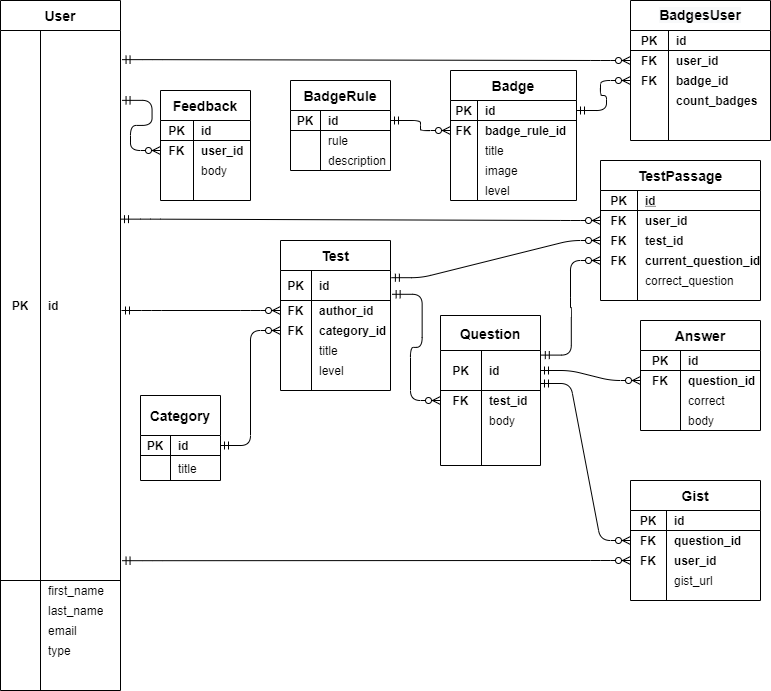
The draw.io diagram tmp/ER_model_diagram.png in svslight/test-guru, before a commit. Source tidied: cells renumbered, new cells last; positions are measured from the earlier drawing's top-left corner, leaving out a move shared by most shapes.
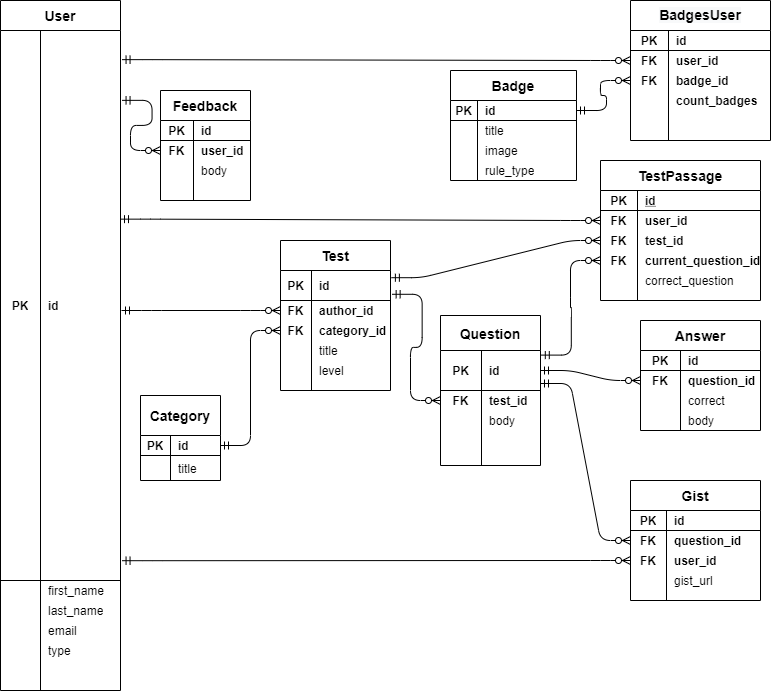
Above is the later version.

The edit, as a diff of the source:
```diff
@@ -64,9 +64,6 @@
     <mxCell id="21" value="body" style="shape=partialRectangle;html=1;whiteSpace=wrap;fillColor=none;top=0;left=0;bottom=0;right=0;align=left;spacingLeft=6;overflow=hidden;" parent="19" vertex="1">
       <mxGeometry x="33" width="57" height="20" as="geometry" />
     </mxCell>
-    <mxCell id="22" style="edgeStyle=entityRelationEdgeStyle;fontSize=12;html=1;endArrow=ERzeroToMany;startArrow=ERmandOne;exitX=1;exitY=0.5;exitDx=0;exitDy=0;entryX=0;entryY=0.5;entryDx=0;entryDy=0;" parent="1" edge="1" source="118" target="144">
-      <mxGeometry relative="1" as="geometry" />
-    </mxCell>
     <mxCell id="23" value="TestPassage" style="shape=table;startSize=30;rowLines=0;fontStyle=1;align=center;fontSize=14;" parent="1" vertex="1">
       <mxGeometry x="600" y="160" width="160" height="140" as="geometry" />
     </mxCell>
@@ -351,36 +348,6 @@
     <mxCell id="116" value="body" style="shape=partialRectangle;html=1;whiteSpace=wrap;fillColor=none;top=0;left=0;bottom=0;right=0;align=left;spacingLeft=6;overflow=hidden;" parent="114" vertex="1">
       <mxGeometry x="41" width="59" height="20" as="geometry" />
     </mxCell>
-    <mxCell id="117" value="&lt;font style=&quot;font-size: 14px&quot;&gt;BadgeRule&lt;/font&gt;" style="shape=table;html=1;whiteSpace=wrap;startSize=30;rowLines=0;fontStyle=1;align=center;" parent="1" vertex="1">
-      <mxGeometry x="290" y="80" width="100" height="90" as="geometry" />
-    </mxCell>
-    <mxCell id="118" style="shape=partialRectangle;html=1;whiteSpace=wrap;fillColor=none;top=0;left=0;bottom=1;right=0;points=[[0,0.5],[1,0.5]];portConstraint=eastwest;" parent="117" vertex="1">
-      <mxGeometry y="30" width="100" height="20" as="geometry" />
-    </mxCell>
-    <mxCell id="119" value="PK" style="shape=partialRectangle;html=1;whiteSpace=wrap;fillColor=none;top=0;left=0;bottom=0;right=0;overflow=hidden;fontStyle=1;" parent="118" vertex="1">
-      <mxGeometry width="30" height="20" as="geometry" />
-    </mxCell>
-    <mxCell id="120" value="id" style="shape=partialRectangle;html=1;whiteSpace=wrap;fillColor=none;top=0;left=0;bottom=0;right=0;align=left;spacingLeft=6;overflow=hidden;fontStyle=1;" parent="118" vertex="1">
-      <mxGeometry x="30" width="70" height="20" as="geometry" />
-    </mxCell>
-    <mxCell id="121" style="shape=partialRectangle;html=1;whiteSpace=wrap;fillColor=none;top=0;left=0;bottom=0;right=0;" parent="117" vertex="1">
-      <mxGeometry y="50" width="100" height="20" as="geometry" />
-    </mxCell>
-    <mxCell id="122" style="shape=partialRectangle;html=1;whiteSpace=wrap;fillColor=none;top=0;left=0;bottom=0;right=0;overflow=hidden;" parent="121" vertex="1">
-      <mxGeometry width="30" height="20" as="geometry" />
-    </mxCell>
-    <mxCell id="123" value="rule" style="shape=partialRectangle;html=1;whiteSpace=wrap;fillColor=none;top=0;left=0;bottom=0;right=0;align=left;spacingLeft=6;overflow=hidden;" parent="121" vertex="1">
-      <mxGeometry x="30" width="70" height="20" as="geometry" />
-    </mxCell>
-    <mxCell id="124" style="shape=partialRectangle;html=1;whiteSpace=wrap;fillColor=none;top=0;left=0;bottom=0;right=0;" parent="117" vertex="1">
-      <mxGeometry y="70" width="100" height="20" as="geometry" />
-    </mxCell>
-    <mxCell id="125" style="shape=partialRectangle;html=1;whiteSpace=wrap;fillColor=none;top=0;left=0;bottom=0;right=0;overflow=hidden;" parent="124" vertex="1">
-      <mxGeometry width="30" height="20" as="geometry" />
-    </mxCell>
-    <mxCell id="126" value="description" style="shape=partialRectangle;html=1;whiteSpace=wrap;fillColor=none;top=0;left=0;bottom=0;right=0;align=left;spacingLeft=6;overflow=hidden;" parent="124" vertex="1">
-      <mxGeometry x="30" width="70" height="20" as="geometry" />
-    </mxCell>
     <mxCell id="127" value="&lt;div style=&quot;background-color: rgb(255 , 255 , 255) ; font-family: &amp;#34;consolas&amp;#34; , &amp;#34;courier new&amp;#34; , monospace ; font-weight: normal ; font-size: 13px ; line-height: 18px&quot;&gt;&lt;span style=&quot;font-family: &amp;#34;helvetica&amp;#34; ; font-size: 14px ; font-weight: 700 ; background-color: rgb(248 , 249 , 250)&quot;&gt;BadgesUser&lt;/span&gt;&lt;br&gt;&lt;/div&gt;" style="shape=table;html=1;whiteSpace=wrap;startSize=30;rowLines=0;fontStyle=1;align=center;" parent="1" vertex="1">
       <mxGeometry x="630" width="140" height="140" as="geometry" />
     </mxCell>
@@ -421,7 +388,7 @@
       <mxGeometry x="38" width="102" height="20" as="geometry" />
     </mxCell>
     <mxCell id="140" value="&lt;font style=&quot;font-size: 14px&quot;&gt;Badge&lt;/font&gt;" style="shape=table;html=1;whiteSpace=wrap;startSize=30;rowLines=0;fontStyle=1;align=center;" parent="1" vertex="1">
-      <mxGeometry x="450" y="70" width="126" height="130" as="geometry" />
+      <mxGeometry x="450" y="70" width="126" height="110" as="geometry" />
     </mxCell>
     <mxCell id="141" style="shape=partialRectangle;html=1;whiteSpace=wrap;fillColor=none;top=0;left=0;bottom=1;right=0;points=[[0,0.5],[1,0.5]];portConstraint=eastwest;" parent="140" vertex="1">
       <mxGeometry y="30" width="126" height="20" as="geometry" />
@@ -432,17 +399,8 @@
     <mxCell id="143" value="id" style="shape=partialRectangle;html=1;whiteSpace=wrap;fillColor=none;top=0;left=0;bottom=0;right=0;align=left;spacingLeft=6;overflow=hidden;fontStyle=1;" parent="141" vertex="1">
       <mxGeometry x="27" width="99" height="20" as="geometry" />
     </mxCell>
-    <mxCell id="144" style="shape=partialRectangle;html=1;whiteSpace=wrap;fillColor=none;top=0;left=0;bottom=0;right=0;points=[[0,0.5],[1,0.5]];portConstraint=eastwest;" parent="140" vertex="1">
-      <mxGeometry y="50" width="126" height="20" as="geometry" />
-    </mxCell>
-    <mxCell id="145" value="FK" style="shape=partialRectangle;html=1;whiteSpace=wrap;fillColor=none;top=0;left=0;bottom=0;right=0;overflow=hidden;fontStyle=1;" parent="144" vertex="1">
-      <mxGeometry width="27" height="20" as="geometry" />
-    </mxCell>
-    <mxCell id="146" value="badge_rule_id" style="shape=partialRectangle;html=1;whiteSpace=wrap;fillColor=none;top=0;left=0;bottom=0;right=0;align=left;spacingLeft=6;overflow=hidden;fontStyle=1;" parent="144" vertex="1">
-      <mxGeometry x="27" width="99" height="20" as="geometry" />
-    </mxCell>
     <mxCell id="147" style="shape=partialRectangle;html=1;whiteSpace=wrap;fillColor=none;top=0;left=0;bottom=0;right=0;" parent="140" vertex="1">
-      <mxGeometry y="70" width="126" height="20" as="geometry" />
+      <mxGeometry y="50" width="126" height="20" as="geometry" />
     </mxCell>
     <mxCell id="148" style="shape=partialRectangle;html=1;whiteSpace=wrap;fillColor=none;top=0;left=0;bottom=0;right=0;overflow=hidden;" parent="147" vertex="1">
       <mxGeometry width="27" height="20" as="geometry" />
@@ -451,7 +409,7 @@
       <mxGeometry x="27" width="99" height="20" as="geometry" />
     </mxCell>
     <mxCell id="150" style="shape=partialRectangle;html=1;whiteSpace=wrap;fillColor=none;top=0;left=0;bottom=0;right=0;" parent="140" vertex="1">
-      <mxGeometry y="90" width="126" height="20" as="geometry" />
+      <mxGeometry y="70" width="126" height="20" as="geometry" />
     </mxCell>
     <mxCell id="151" style="shape=partialRectangle;html=1;whiteSpace=wrap;fillColor=none;top=0;left=0;bottom=0;right=0;overflow=hidden;" parent="150" vertex="1">
       <mxGeometry width="27" height="20" as="geometry" />
@@ -460,12 +418,12 @@
       <mxGeometry x="27" width="99" height="20" as="geometry" />
     </mxCell>
     <mxCell id="153" style="shape=partialRectangle;html=1;whiteSpace=wrap;fillColor=none;top=0;left=0;bottom=0;right=0;" parent="140" vertex="1">
-      <mxGeometry y="110" width="126" height="20" as="geometry" />
+      <mxGeometry y="90" width="126" height="20" as="geometry" />
     </mxCell>
     <mxCell id="154" style="shape=partialRectangle;html=1;whiteSpace=wrap;fillColor=none;top=0;left=0;bottom=0;right=0;overflow=hidden;" parent="153" vertex="1">
       <mxGeometry width="27" height="20" as="geometry" />
     </mxCell>
-    <mxCell id="155" value="level" style="shape=partialRectangle;html=1;whiteSpace=wrap;fillColor=none;top=0;left=0;bottom=0;right=0;align=left;spacingLeft=6;overflow=hidden;" parent="153" vertex="1">
+    <mxCell id="155" value="rule_type" style="shape=partialRectangle;html=1;whiteSpace=wrap;fillColor=none;top=0;left=0;bottom=0;right=0;align=left;spacingLeft=6;overflow=hidden;" parent="153" vertex="1">
       <mxGeometry x="27" width="99" height="20" as="geometry" />
     </mxCell>
   </root>
```
